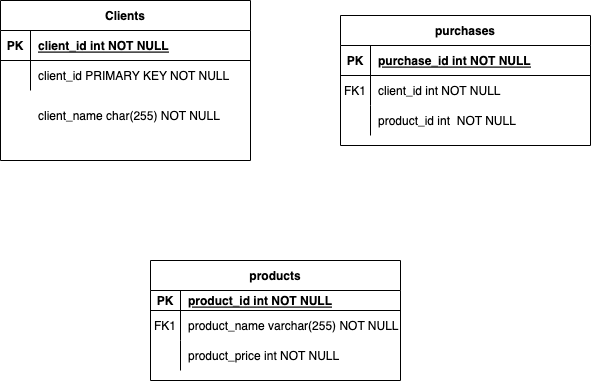
This is tableForShopProject.drawio.png from kitarooo/neobis_, a draw.io export, as it was before one commit. Source tidied: cells renumbered, new cells last; positions are measured from the earlier drawing's top-left corner, leaving out a move shared by most shapes.
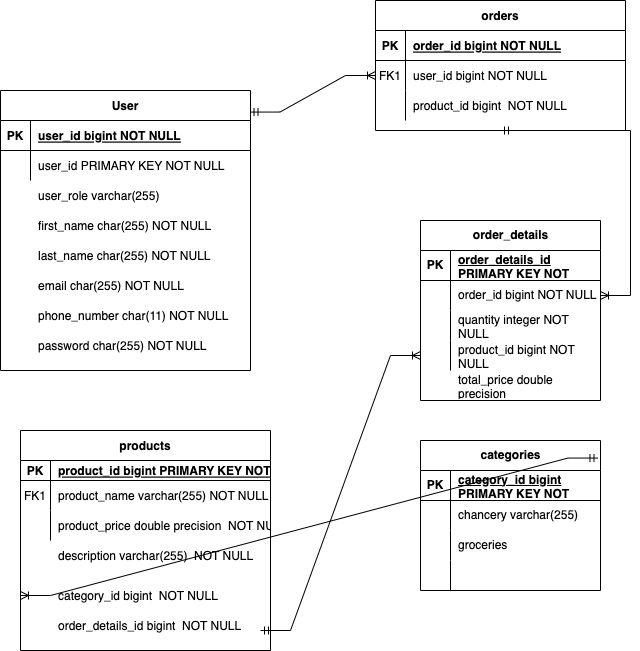
Above is the later version.

Diff of the diagram source:
```diff
@@ -2,38 +2,8 @@
   <root>
     <mxCell id="0" />
     <mxCell id="1" parent="0" />
-    <mxCell id="2" value="purchases" style="shape=table;startSize=30;rowLines=0;fontStyle=1;align=center;" parent="1" vertex="1">
-      <mxGeometry x="340" y="15" width="250" height="130" as="geometry" />
-    </mxCell>
-    <mxCell id="3" style="shape=partialRectangle;fillColor=none;top=0;left=0;right=0;bottom=1;" parent="2" vertex="1">
-      <mxGeometry y="30" width="250" height="30" as="geometry" />
-    </mxCell>
-    <mxCell id="4" value="PK" style="shape=partialRectangle;overflow=hidden;fillColor=none;top=0;left=0;bottom=0;right=0;fontStyle=1;" parent="3" vertex="1">
-      <mxGeometry width="30" height="30" as="geometry" />
-    </mxCell>
-    <mxCell id="5" value="purchase_id int NOT NULL " style="shape=partialRectangle;overflow=hidden;fillColor=none;top=0;left=0;bottom=0;right=0;align=left;spacingLeft=6;fontStyle=5;" parent="3" vertex="1">
-      <mxGeometry x="30" width="220" height="30" as="geometry" />
-    </mxCell>
-    <mxCell id="6" style="shape=partialRectangle;fillColor=none;points=[[0,0.5],[1,0.5]];portConstraint=eastwest;top=0;left=0;right=0;bottom=0;" parent="2" vertex="1">
-      <mxGeometry y="60" width="250" height="30" as="geometry" />
-    </mxCell>
-    <mxCell id="7" value="FK1" style="shape=partialRectangle;overflow=hidden;fillColor=none;top=0;left=0;bottom=0;right=0;" parent="6" vertex="1">
-      <mxGeometry width="30" height="30" as="geometry" />
-    </mxCell>
-    <mxCell id="8" value="client_id int NOT NULL" style="shape=partialRectangle;overflow=hidden;fillColor=none;top=0;left=0;bottom=0;right=0;align=left;spacingLeft=6;" parent="6" vertex="1">
-      <mxGeometry x="30" width="220" height="30" as="geometry" />
-    </mxCell>
-    <mxCell id="9" style="shape=partialRectangle;fillColor=none;top=0;left=0;right=0;bottom=0;" parent="2" vertex="1">
-      <mxGeometry y="90" width="250" height="30" as="geometry" />
-    </mxCell>
-    <mxCell id="10" style="shape=partialRectangle;overflow=hidden;fillColor=none;top=0;left=0;bottom=0;right=0;" parent="9" vertex="1">
-      <mxGeometry width="30" height="30" as="geometry" />
-    </mxCell>
-    <mxCell id="11" value="product_id int  NOT NULL" style="shape=partialRectangle;overflow=hidden;fillColor=none;top=0;left=0;bottom=0;right=0;align=left;spacingLeft=6;" parent="9" vertex="1">
-      <mxGeometry x="30" width="220" height="30" as="geometry" />
-    </mxCell>
     <mxCell id="12" value="products" style="shape=table;startSize=30;rowLines=0;fontStyle=1;align=center;" parent="1" vertex="1">
-      <mxGeometry x="150" y="260" width="250" height="120" as="geometry" />
+      <mxGeometry x="-10" y="320" width="250" height="220" as="geometry" />
     </mxCell>
     <mxCell id="13" style="shape=partialRectangle;fillColor=none;top=0;left=0;right=0;bottom=1;" parent="12" vertex="1">
       <mxGeometry y="30" width="250" height="20" as="geometry" />
@@ -41,7 +11,7 @@
     <mxCell id="14" value="PK" style="shape=partialRectangle;overflow=hidden;fillColor=none;top=0;left=0;bottom=0;right=0;fontStyle=1;" parent="13" vertex="1">
       <mxGeometry width="30" height="20" as="geometry" />
     </mxCell>
-    <mxCell id="15" value="product_id int NOT NULL " style="shape=partialRectangle;overflow=hidden;fillColor=none;top=0;left=0;bottom=0;right=0;align=left;spacingLeft=6;fontStyle=5;" parent="13" vertex="1">
+    <mxCell id="15" value="product_id bigint PRIMARY KEY NOT NULL " style="shape=partialRectangle;overflow=hidden;fillColor=none;top=0;left=0;bottom=0;right=0;align=left;spacingLeft=6;fontStyle=5;" parent="13" vertex="1">
       <mxGeometry x="30" width="220" height="20" as="geometry" />
     </mxCell>
     <mxCell id="16" style="shape=partialRectangle;fillColor=none;top=0;left=0;right=0;bottom=0;" parent="12" vertex="1">
@@ -59,11 +29,11 @@
     <mxCell id="20" style="shape=partialRectangle;overflow=hidden;fillColor=none;top=0;left=0;bottom=0;right=0;" parent="19" vertex="1">
       <mxGeometry width="30" height="30" as="geometry" />
     </mxCell>
-    <mxCell id="21" value="product_price int NOT NULL" style="shape=partialRectangle;overflow=hidden;fillColor=none;top=0;left=0;bottom=0;right=0;align=left;spacingLeft=6;" parent="19" vertex="1">
+    <mxCell id="21" value="product_price double precision  NOT NULL" style="shape=partialRectangle;overflow=hidden;fillColor=none;top=0;left=0;bottom=0;right=0;align=left;spacingLeft=6;" parent="19" vertex="1">
       <mxGeometry x="30" width="220" height="30" as="geometry" />
     </mxCell>
-    <mxCell id="22" value="Clients" style="shape=table;startSize=30;rowLines=0;fontStyle=1;align=center;" parent="1" vertex="1">
-      <mxGeometry width="250" height="160" as="geometry" />
+    <mxCell id="22" value="User" style="shape=table;startSize=30;rowLines=0;fontStyle=1;align=center;" parent="1" vertex="1">
+      <mxGeometry x="-30" y="-20" width="250" height="280" as="geometry" />
     </mxCell>
     <mxCell id="23" style="shape=partialRectangle;fillColor=none;top=0;left=0;right=0;bottom=1;" parent="22" vertex="1">
       <mxGeometry y="30" width="250" height="30" as="geometry" />
@@ -71,7 +41,7 @@
     <mxCell id="24" value="PK" style="shape=partialRectangle;overflow=hidden;fillColor=none;top=0;left=0;bottom=0;right=0;fontStyle=1;" parent="23" vertex="1">
       <mxGeometry width="30" height="30" as="geometry" />
     </mxCell>
-    <mxCell id="25" value="client_id int NOT NULL " style="shape=partialRectangle;overflow=hidden;fillColor=none;top=0;left=0;bottom=0;right=0;align=left;spacingLeft=6;fontStyle=5;" parent="23" vertex="1">
+    <mxCell id="25" value="user_id bigint NOT NULL " style="shape=partialRectangle;overflow=hidden;fillColor=none;top=0;left=0;bottom=0;right=0;align=left;spacingLeft=6;fontStyle=5;" parent="23" vertex="1">
       <mxGeometry x="30" width="220" height="30" as="geometry" />
     </mxCell>
     <mxCell id="26" style="shape=partialRectangle;fillColor=none;top=0;left=0;right=0;bottom=0;" parent="22" vertex="1">
@@ -80,11 +50,170 @@
     <mxCell id="27" style="shape=partialRectangle;overflow=hidden;fillColor=none;top=0;left=0;bottom=0;right=0;" parent="26" vertex="1">
       <mxGeometry width="30" height="30" as="geometry" />
     </mxCell>
-    <mxCell id="28" value="client_id PRIMARY KEY NOT NULL" style="shape=partialRectangle;overflow=hidden;fillColor=none;top=0;left=0;bottom=0;right=0;align=left;spacingLeft=6;" parent="26" vertex="1">
+    <mxCell id="28" value="user_id PRIMARY KEY NOT NULL" style="shape=partialRectangle;overflow=hidden;fillColor=none;top=0;left=0;bottom=0;right=0;align=left;spacingLeft=6;" parent="26" vertex="1">
       <mxGeometry x="30" width="220" height="30" as="geometry" />
     </mxCell>
-    <mxCell id="29" value="client_name char(255) NOT NULL" style="shape=partialRectangle;overflow=hidden;fillColor=none;top=0;left=0;bottom=0;right=0;align=left;spacingLeft=6;" parent="1" vertex="1">
-      <mxGeometry x="30" y="100" width="220" height="30" as="geometry" />
+    <mxCell id="29" value="first_name char(255) NOT NULL" style="shape=partialRectangle;overflow=hidden;fillColor=none;top=0;left=0;bottom=0;right=0;align=left;spacingLeft=6;" parent="1" vertex="1">
+      <mxGeometry y="100" width="220" height="30" as="geometry" />
     </mxCell>
+    <mxCell id="30" value="user_role varchar(255)" style="shape=partialRectangle;overflow=hidden;fillColor=none;top=0;left=0;bottom=0;right=0;align=left;spacingLeft=6;" parent="1" vertex="1">
+      <mxGeometry y="70" width="220" height="30" as="geometry" />
+    </mxCell>
+    <mxCell id="31" value="last_name char(255) NOT NULL" style="shape=partialRectangle;overflow=hidden;fillColor=none;top=0;left=0;bottom=0;right=0;align=left;spacingLeft=6;" parent="1" vertex="1">
+      <mxGeometry y="130" width="220" height="30" as="geometry" />
+    </mxCell>
+    <mxCell id="32" value="email char(255) NOT NULL" style="shape=partialRectangle;overflow=hidden;fillColor=none;top=0;left=0;bottom=0;right=0;align=left;spacingLeft=6;" parent="1" vertex="1">
+      <mxGeometry y="160" width="220" height="30" as="geometry" />
+    </mxCell>
+    <mxCell id="33" value="password char(255) NOT NULL" style="shape=partialRectangle;overflow=hidden;fillColor=none;top=0;left=0;bottom=0;right=0;align=left;spacingLeft=6;" parent="1" vertex="1">
+      <mxGeometry y="220" width="220" height="30" as="geometry" />
+    </mxCell>
+    <mxCell id="34" value="phone_number char(11) NOT NULL" style="shape=partialRectangle;overflow=hidden;fillColor=none;top=0;left=0;bottom=0;right=0;align=left;spacingLeft=6;" parent="1" vertex="1">
+      <mxGeometry y="190" width="220" height="30" as="geometry" />
+    </mxCell>
+    <mxCell id="35" value="categories" style="shape=table;startSize=30;rowLines=0;fontStyle=1;align=center;html=1;" parent="1" vertex="1">
+      <mxGeometry x="390" y="330" width="180" height="150" as="geometry" />
+    </mxCell>
+    <mxCell id="36" style="shape=tableRow;horizontal=0;startSize=0;swimlaneHead=0;swimlaneBody=0;fillColor=none;top=0;left=0;right=0;bottom=1;" parent="35" vertex="1">
+      <mxGeometry y="30" width="180" height="30" as="geometry" />
+    </mxCell>
+    <mxCell id="37" value="PK" style="shape=partialRectangle;fillColor=none;top=0;left=0;bottom=0;right=0;fontStyle=1;overflow=hidden;whiteSpace=wrap;html=1;" parent="36" vertex="1">
+      <mxGeometry width="30" height="30" as="geometry" />
+    </mxCell>
+    <mxCell id="38" value="category_id bigint PRIMARY KEY NOT NULL" style="shape=partialRectangle;fillColor=none;top=0;left=0;bottom=0;right=0;align=left;spacingLeft=6;fontStyle=5;overflow=hidden;whiteSpace=wrap;html=1;" parent="36" vertex="1">
+      <mxGeometry x="30" width="150" height="30" as="geometry" />
+    </mxCell>
+    <mxCell id="39" style="shape=tableRow;horizontal=0;startSize=0;swimlaneHead=0;swimlaneBody=0;fillColor=none;top=0;left=0;right=0;bottom=0;" parent="35" vertex="1">
+      <mxGeometry y="60" width="180" height="30" as="geometry" />
+    </mxCell>
+    <mxCell id="40" style="shape=partialRectangle;fillColor=none;top=0;left=0;bottom=0;right=0;overflow=hidden;whiteSpace=wrap;html=1;" parent="39" vertex="1">
+      <mxGeometry width="30" height="30" as="geometry" />
+    </mxCell>
+    <mxCell id="41" value="chancery varchar(255)" style="shape=partialRectangle;fillColor=none;top=0;left=0;bottom=0;right=0;align=left;spacingLeft=6;overflow=hidden;whiteSpace=wrap;html=1;" parent="39" vertex="1">
+      <mxGeometry x="30" width="150" height="30" as="geometry" />
+    </mxCell>
+    <mxCell id="42" style="shape=tableRow;horizontal=0;startSize=0;swimlaneHead=0;swimlaneBody=0;fillColor=none;top=0;left=0;right=0;bottom=0;" parent="35" vertex="1">
+      <mxGeometry y="90" width="180" height="30" as="geometry" />
+    </mxCell>
+    <mxCell id="43" style="shape=partialRectangle;fillColor=none;top=0;left=0;bottom=0;right=0;overflow=hidden;whiteSpace=wrap;html=1;" parent="42" vertex="1">
+      <mxGeometry width="30" height="30" as="geometry" />
+    </mxCell>
+    <mxCell id="44" value="groceries" style="shape=partialRectangle;fillColor=none;top=0;left=0;bottom=0;right=0;align=left;spacingLeft=6;overflow=hidden;whiteSpace=wrap;html=1;" parent="42" vertex="1">
+      <mxGeometry x="30" width="150" height="30" as="geometry" />
+    </mxCell>
+    <mxCell id="45" style="shape=tableRow;horizontal=0;startSize=0;swimlaneHead=0;swimlaneBody=0;fillColor=none;top=0;left=0;right=0;bottom=0;" parent="35" vertex="1">
+      <mxGeometry y="120" width="180" height="30" as="geometry" />
+    </mxCell>
+    <mxCell id="46" style="shape=partialRectangle;fillColor=none;top=0;left=0;bottom=0;right=0;overflow=hidden;whiteSpace=wrap;html=1;" parent="45" vertex="1">
+      <mxGeometry width="30" height="30" as="geometry" />
+    </mxCell>
+    <mxCell id="47" style="shape=partialRectangle;fillColor=none;top=0;left=0;bottom=0;right=0;align=left;spacingLeft=6;overflow=hidden;whiteSpace=wrap;html=1;" parent="45" vertex="1">
+      <mxGeometry x="30" width="150" height="30" as="geometry" />
+    </mxCell>
+    <mxCell id="48" value="category_id bigint  NOT NULL" style="shape=partialRectangle;overflow=hidden;fillColor=none;top=0;left=0;bottom=0;right=0;align=left;spacingLeft=6;" parent="1" vertex="1">
+      <mxGeometry x="20" y="470" width="220" height="30" as="geometry" />
+    </mxCell>
+    <mxCell id="49" value="order_details_id bigint  NOT NULL" style="shape=partialRectangle;overflow=hidden;fillColor=none;top=0;left=0;bottom=0;right=0;align=left;spacingLeft=6;" parent="1" vertex="1">
+      <mxGeometry x="20" y="500" width="220" height="30" as="geometry" />
+    </mxCell>
+    <mxCell id="50" value="description varchar(255)  NOT NULL" style="shape=partialRectangle;overflow=hidden;fillColor=none;top=0;left=0;bottom=0;right=0;align=left;spacingLeft=6;" parent="1" vertex="1">
+      <mxGeometry x="20" y="430" width="220" height="30" as="geometry" />
+    </mxCell>
+    <mxCell id="2" value="orders" style="shape=table;startSize=30;rowLines=0;fontStyle=1;align=center;" parent="1" vertex="1">
+      <mxGeometry x="345" y="-110" width="250" height="130" as="geometry" />
+    </mxCell>
+    <mxCell id="3" style="shape=partialRectangle;fillColor=none;top=0;left=0;right=0;bottom=1;" parent="2" vertex="1">
+      <mxGeometry y="30" width="250" height="30" as="geometry" />
+    </mxCell>
+    <mxCell id="4" value="PK" style="shape=partialRectangle;overflow=hidden;fillColor=none;top=0;left=0;bottom=0;right=0;fontStyle=1;" parent="3" vertex="1">
+      <mxGeometry width="30" height="30" as="geometry" />
+    </mxCell>
+    <mxCell id="5" value="order_id bigint NOT NULL " style="shape=partialRectangle;overflow=hidden;fillColor=none;top=0;left=0;bottom=0;right=0;align=left;spacingLeft=6;fontStyle=5;" parent="3" vertex="1">
+      <mxGeometry x="30" width="220" height="30" as="geometry" />
+    </mxCell>
+    <mxCell id="6" style="shape=partialRectangle;fillColor=none;points=[[0,0.5],[1,0.5]];portConstraint=eastwest;top=0;left=0;right=0;bottom=0;" parent="2" vertex="1">
+      <mxGeometry y="60" width="250" height="30" as="geometry" />
+    </mxCell>
+    <mxCell id="7" value="FK1" style="shape=partialRectangle;overflow=hidden;fillColor=none;top=0;left=0;bottom=0;right=0;" parent="6" vertex="1">
+      <mxGeometry width="30" height="30" as="geometry" />
+    </mxCell>
+    <mxCell id="8" value="user_id bigint NOT NULL" style="shape=partialRectangle;overflow=hidden;fillColor=none;top=0;left=0;bottom=0;right=0;align=left;spacingLeft=6;" parent="6" vertex="1">
+      <mxGeometry x="30" width="220" height="30" as="geometry" />
+    </mxCell>
+    <mxCell id="9" style="shape=partialRectangle;fillColor=none;top=0;left=0;right=0;bottom=0;" parent="2" vertex="1">
+      <mxGeometry y="90" width="250" height="30" as="geometry" />
+    </mxCell>
+    <mxCell id="10" style="shape=partialRectangle;overflow=hidden;fillColor=none;top=0;left=0;bottom=0;right=0;" parent="9" vertex="1">
+      <mxGeometry width="30" height="30" as="geometry" />
+    </mxCell>
+    <mxCell id="11" value="product_id bigint  NOT NULL" style="shape=partialRectangle;overflow=hidden;fillColor=none;top=0;left=0;bottom=0;right=0;align=left;spacingLeft=6;" parent="9" vertex="1">
+      <mxGeometry x="30" width="220" height="30" as="geometry" />
+    </mxCell>
+    <mxCell id="51" value="total_price double precision" style="shape=partialRectangle;fillColor=none;top=0;left=0;bottom=0;right=0;align=left;spacingLeft=6;overflow=hidden;whiteSpace=wrap;html=1;" parent="1" vertex="1">
+      <mxGeometry x="420" y="260" width="150" height="30" as="geometry" />
+    </mxCell>
+    <mxCell id="52" value="order_details" style="shape=table;startSize=30;rowLines=0;fontStyle=1;align=center;html=1;" parent="1" vertex="1">
+      <mxGeometry x="390" y="110" width="180" height="180" as="geometry" />
+    </mxCell>
+    <mxCell id="53" style="shape=tableRow;horizontal=0;startSize=0;swimlaneHead=0;swimlaneBody=0;fillColor=none;top=0;left=0;right=0;bottom=1;" parent="52" vertex="1">
+      <mxGeometry y="30" width="180" height="30" as="geometry" />
+    </mxCell>
+    <mxCell id="54" value="PK" style="shape=partialRectangle;fillColor=none;top=0;left=0;bottom=0;right=0;fontStyle=1;overflow=hidden;whiteSpace=wrap;html=1;" parent="53" vertex="1">
+      <mxGeometry width="30" height="30" as="geometry" />
+    </mxCell>
+    <mxCell id="55" value="order_details_id PRIMARY KEY NOT NULL" style="shape=partialRectangle;fillColor=none;top=0;left=0;bottom=0;right=0;align=left;spacingLeft=6;fontStyle=5;overflow=hidden;whiteSpace=wrap;html=1;" parent="53" vertex="1">
+      <mxGeometry x="30" width="150" height="30" as="geometry" />
+    </mxCell>
+    <mxCell id="56" style="shape=tableRow;horizontal=0;startSize=0;swimlaneHead=0;swimlaneBody=0;fillColor=none;points=[[0,0.5],[1,0.5]];portConstraint=eastwest;top=0;left=0;right=0;bottom=0;" parent="52" vertex="1">
+      <mxGeometry y="60" width="180" height="30" as="geometry" />
+    </mxCell>
+    <mxCell id="57" style="shape=partialRectangle;fillColor=none;top=0;left=0;bottom=0;right=0;overflow=hidden;whiteSpace=wrap;html=1;" parent="56" vertex="1">
+      <mxGeometry width="30" height="30" as="geometry" />
+    </mxCell>
+    <mxCell id="58" value="order_id bigint NOT NULL" style="shape=partialRectangle;fillColor=none;top=0;left=0;bottom=0;right=0;align=left;spacingLeft=6;overflow=hidden;whiteSpace=wrap;html=1;" parent="56" vertex="1">
+      <mxGeometry x="30" width="150" height="30" as="geometry" />
+    </mxCell>
+    <mxCell id="59" style="shape=tableRow;horizontal=0;startSize=0;swimlaneHead=0;swimlaneBody=0;fillColor=none;top=0;left=0;right=0;bottom=0;" parent="52" vertex="1">
+      <mxGeometry y="90" width="180" height="30" as="geometry" />
+    </mxCell>
+    <mxCell id="60" style="shape=partialRectangle;fillColor=none;top=0;left=0;bottom=0;right=0;overflow=hidden;whiteSpace=wrap;html=1;" parent="59" vertex="1">
+      <mxGeometry width="30" height="30" as="geometry" />
+    </mxCell>
+    <mxCell id="61" value="quantity integer NOT NULL" style="shape=partialRectangle;fillColor=none;top=0;left=0;bottom=0;right=0;align=left;spacingLeft=6;overflow=hidden;whiteSpace=wrap;html=1;" parent="59" vertex="1">
+      <mxGeometry x="30" width="150" height="30" as="geometry" />
+    </mxCell>
+    <mxCell id="62" style="shape=tableRow;horizontal=0;startSize=0;swimlaneHead=0;swimlaneBody=0;fillColor=none;points=[[0,0.5],[1,0.5]];portConstraint=eastwest;top=0;left=0;right=0;bottom=0;" parent="52" vertex="1">
+      <mxGeometry y="120" width="180" height="30" as="geometry" />
+    </mxCell>
+    <mxCell id="63" style="shape=partialRectangle;fillColor=none;top=0;left=0;bottom=0;right=0;overflow=hidden;whiteSpace=wrap;html=1;" parent="62" vertex="1">
+      <mxGeometry width="30" height="30" as="geometry" />
+    </mxCell>
+    <mxCell id="64" value="product_id bigint NOT NULL" style="shape=partialRectangle;fillColor=none;top=0;left=0;bottom=0;right=0;align=left;spacingLeft=6;overflow=hidden;whiteSpace=wrap;html=1;" parent="62" vertex="1">
+      <mxGeometry x="30" width="150" height="30" as="geometry" />
+    </mxCell>
+    <mxCell id="65" style="edgeStyle=entityRelationEdgeStyle;fontSize=12;html=1;endArrow=ERoneToMany;startArrow=ERmandOne;rounded=0;exitX=0.998;exitY=0.077;exitDx=0;exitDy=0;exitPerimeter=0;" parent="1" edge="1" source="22" target="6">
+      <mxGeometry relative="1" as="geometry" />
+    </mxCell>
+    <mxCell id="66" style="edgeStyle=entityRelationEdgeStyle;fontSize=12;html=1;endArrow=ERoneToMany;startArrow=ERmandOne;rounded=0;exitX=0.5;exitY=1;exitDx=0;exitDy=0;" parent="1" edge="1" source="2" target="56">
+      <mxGeometry relative="1" as="geometry" />
+    </mxCell>
+    <mxCell id="67" style="edgeStyle=entityRelationEdgeStyle;fontSize=12;html=1;endArrow=ERoneToMany;startArrow=ERmandOne;rounded=0;entryX=0;entryY=0.75;entryDx=0;entryDy=0;exitX=0.986;exitY=0.117;exitDx=0;exitDy=0;exitPerimeter=0;" parent="1" edge="1" source="35" target="12">
+      <mxGeometry relative="1" as="geometry">
+        <Array as="points">
+          <mxPoint x="301" y="573" />
+          <mxPoint x="370" y="730" />
+          <mxPoint x="310" y="520" />
+          <mxPoint x="260" y="463" />
+          <mxPoint x="500" y="530" />
+          <mxPoint x="270" y="453" />
+          <mxPoint x="330" y="483" />
+        </Array>
+      </mxGeometry>
+    </mxCell>
+    <mxCell id="68" style="edgeStyle=entityRelationEdgeStyle;fontSize=12;html=1;endArrow=ERoneToMany;startArrow=ERmandOne;rounded=0;" parent="1" edge="1" target="62">
+      <mxGeometry relative="1" as="geometry">
+        <mxPoint x="230" y="520" as="sourcePoint" />
+      </mxGeometry>
+    </mxCell>
   </root>
 </mxGraphModel>
```
